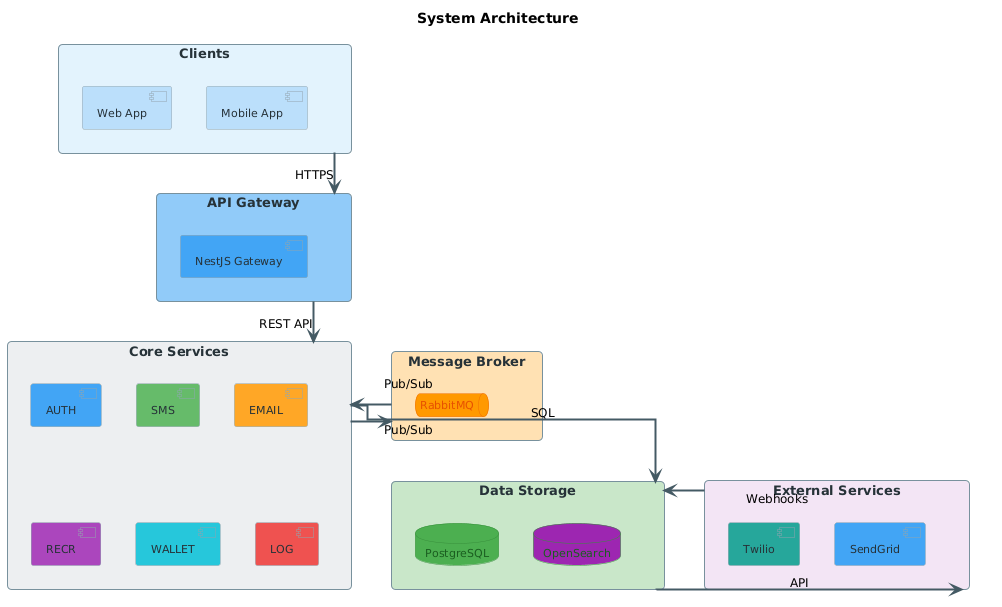
Above: modules/dist/images/architecture/architecture-system.png in namnh240795/document (PlantUML), before the change.
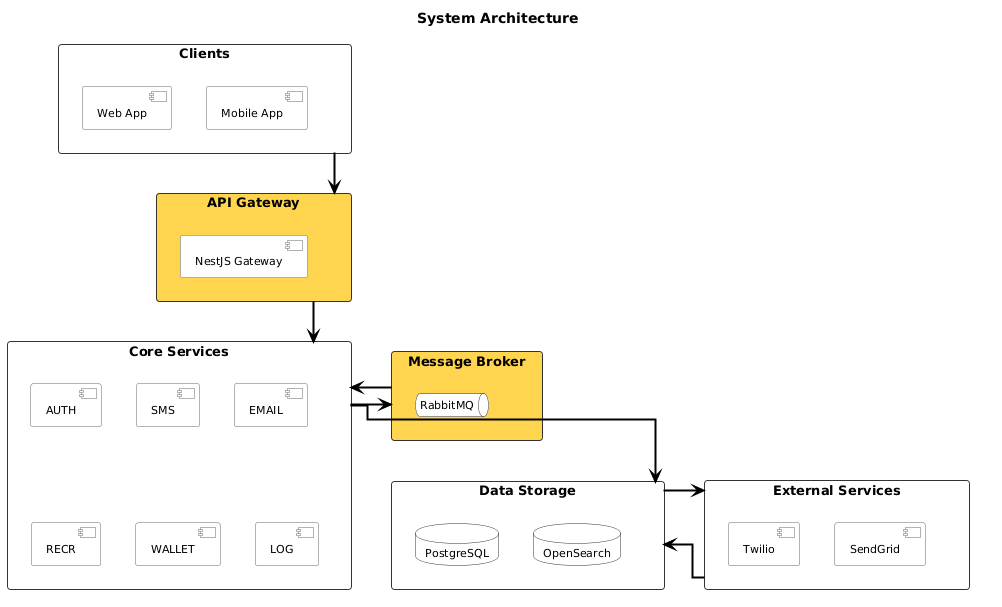
Later version of the same file.

Commit message:
fix: minimal yellow+black/white color scheme for architecture diagram

Change to the diagram source:
```diff
@@ -7,89 +7,87 @@
 skinparam defaultFontSize 12
 
 skinparam rectangle {
-  RoundCorner 8
-  BorderColor #78909C
+  RoundCorner 6
+  BorderColor #333333
   FontSize 13
   FontStyle bold
-  FontColor #263238
+  FontColor #000000
 }
 
 skinparam component {
   BackgroundColor #FFFFFF
-  BorderColor #90A4AE
-  ArrowColor #37474F
+  BorderColor #666666
   FontSize 11
-  FontColor #263238
+  FontColor #000000
 }
 
 skinparam database {
-  BackgroundColor #C8E6C9
-  BorderColor #388E3C
+  BackgroundColor #FFFFFF
+  BorderColor #333333
   FontSize 11
-  FontColor #1B5E20
+  FontColor #000000
 }
 
 skinparam queue {
-  BackgroundColor #FFE0B2
-  BorderColor #EF6C00
+  BackgroundColor #FFFFFF
+  BorderColor #333333
   FontSize 11
-  FontColor #E65100
+  FontColor #000000
 }
 
 skinparam arrow {
-  Color #455A64
+  Color #000000
   Thickness 2
 }
 
 title System Architecture
 
-rectangle "  Clients  " as clients #E3F2FD {
-  component "Web App" as web #BBDEFB
-  component "Mobile App" as mobile #BBDEFB
+
+rectangle "  Clients  " as clients #FFFFFF {
+  component "Web App" as web
+  component "Mobile App" as mobile
 }
 
-rectangle "  API Gateway  " as gw #90CAF9 {
-  component "NestJS Gateway" as gateway #42A5F5
+rectangle "  API Gateway  " as gw #FFD54F {
+  component "NestJS Gateway" as gateway
 }
 
-rectangle "  Core Services  " as services #ECEFF1 {
-  component "AUTH" as auth #42A5F5
-  component "SMS" as sms #66BB6A
-  component "EMAIL" as email #FFA726
-  component "RECR" as recr #AB47BC
-  component "WALLET" as wallet #26C6DA
-  component "LOG" as log #EF5350
+rectangle "  Core Services  " as services #FFFFFF {
+  component "AUTH" as auth
+  component "SMS" as sms
+  component "EMAIL" as email
+  component "RECR" as recr
+  component "WALLET" as wallet
+  component "LOG" as log
 }
 
-rectangle "  Message Broker  " as broker #FFE0B2 {
-  queue "RabbitMQ" as mq #FF9800
+rectangle "  Message Broker  " as broker #FFD54F {
+  queue "RabbitMQ" as mq
 }
 
-rectangle "  Data Storage  " as storage #C8E6C9 {
-  database "PostgreSQL" as pg #4CAF50
-  database "OpenSearch" as os #9C27B0
+rectangle "  Data Storage  " as storage #FFFFFF {
+  database "PostgreSQL" as pg
+  database "OpenSearch" as os
 }
 
-rectangle "  External Services  " as external #F3E5F5 {
-  component "Twilio" as twilio #26A69A
-  component "SendGrid" as sendgrid #42A5F5
+rectangle "  External Services  " as external #FFFFFF {
+  component "Twilio" as twilio
+  component "SendGrid" as sendgrid
 }
 
 clients -[hidden]down-> gw
 gw -[hidden]down-> services
 services -[hidden]down-> storage
 services -[hidden]down-> external
-
 services -[hidden]right-> broker
-
 storage -[hidden]right-> external
 
-clients -down-> gw : HTTPS
-gw -down-> services : REST API
-services -down-> storage : SQL
-services -right-> broker : Pub/Sub
-broker -left-> services : Pub/Sub
-storage -right-> external : API
-external -left-> storage : Webhooks
+clients -down-> gw
+gw -down-> services
+services -down-> storage
+services -right-> broker
+broker -left-> services
+storage -right-> external
+external -left-> storage
 
 @enduml
```
